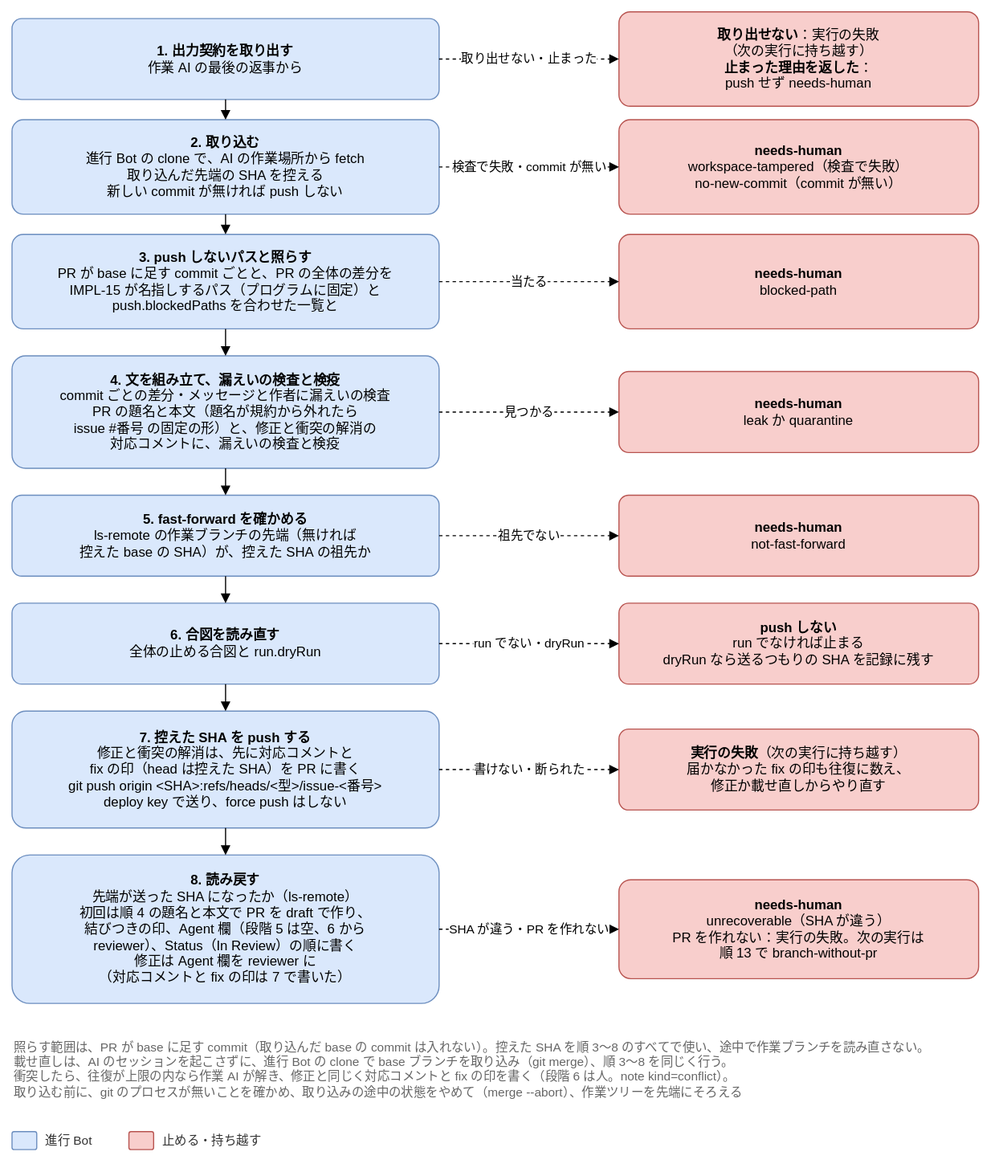
Above: docs/design/basic/diagrams/02-push.drawio.svg in Joymerrevent/dev-autopilot (draw.io), before the change. Source tidied: cells renumbered, new cells last; positions are measured from the earlier drawing's top-left corner, leaving out a move shared by most shapes.
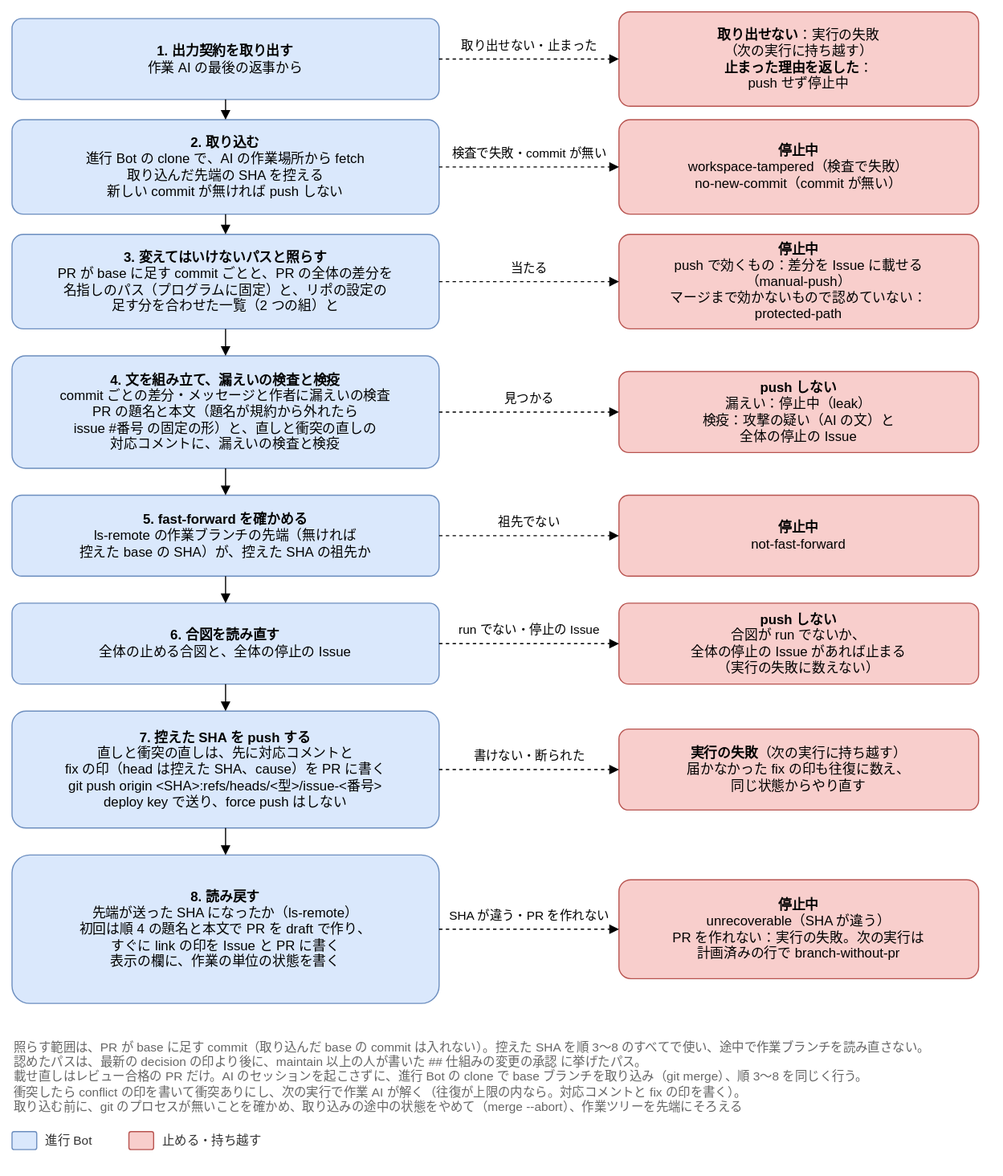
After the commit.

What changed in the source:
```diff
@@ -5,44 +5,52 @@
     <mxCell id="2" value="&lt;b&gt;1. 出力契約を取り出す&lt;/b&gt;&lt;br&gt;作業 AI の最後の返事から" style="rounded=1;whiteSpace=wrap;html=1;fontSize=12;arcSize=12;spacing=12;fillColor=#dae8fc;strokeColor=#6c8ebf;" parent="1" vertex="1">
       <mxGeometry y="6" width="380" height="72" as="geometry" />
     </mxCell>
-    <mxCell id="3" value="&lt;b&gt;取り出せない&lt;/b&gt;：実行の失敗&lt;br&gt;（次の実行に持ち越す）&lt;br&gt;&lt;b&gt;止まった理由を返した&lt;/b&gt;：&lt;br&gt;push せず needs-human" style="rounded=1;whiteSpace=wrap;html=1;fontSize=12;arcSize=12;spacing=12;fillColor=#f8cecc;strokeColor=#b85450;" parent="1" vertex="1">
+    <mxCell id="3" value="&lt;b&gt;取り出せない&lt;/b&gt;：実行の失敗&lt;br&gt;（次の実行に持ち越す）&lt;br&gt;&lt;b&gt;止まった理由を返した&lt;/b&gt;：&lt;br&gt;push せず停止中" style="rounded=1;whiteSpace=wrap;html=1;fontSize=12;arcSize=12;spacing=12;fillColor=#f8cecc;strokeColor=#b85450;" parent="1" vertex="1">
       <mxGeometry x="540" width="320" height="84" as="geometry" />
     </mxCell>
     <mxCell id="4" value="取り出せない・止まった" style="edgeStyle=orthogonalEdgeStyle;rounded=1;html=1;endArrow=block;endFill=1;fontSize=11;labelBackgroundColor=#ffffff;dashed=1;exitX=1;exitY=0.5;exitDx=0;exitDy=0;entryX=0;entryY=0.5;entryDx=0;entryDy=0;" parent="1" edge="1" source="2" target="3">
-      <mxGeometry relative="1" as="geometry" />
+      <mxGeometry relative="1" as="geometry">
+        <mxPoint y="-12" as="offset" />
+      </mxGeometry>
     </mxCell>
     <mxCell id="5" value="&lt;b&gt;2. 取り込む&lt;/b&gt;&lt;br&gt;進行 Bot の clone で、AI の作業場所から fetch&lt;br&gt;取り込んだ先端の SHA を控える&lt;br&gt;新しい commit が無ければ push しない" style="rounded=1;whiteSpace=wrap;html=1;fontSize=12;arcSize=12;spacing=12;fillColor=#dae8fc;strokeColor=#6c8ebf;" parent="1" vertex="1">
       <mxGeometry y="96" width="380" height="84" as="geometry" />
     </mxCell>
-    <mxCell id="6" value="&lt;b&gt;needs-human&lt;/b&gt;&lt;br&gt;workspace-tampered（検査で失敗）&lt;br&gt;no-new-commit（commit が無い）" style="rounded=1;whiteSpace=wrap;html=1;fontSize=12;arcSize=12;spacing=12;fillColor=#f8cecc;strokeColor=#b85450;" parent="1" vertex="1">
+    <mxCell id="6" value="&lt;b&gt;停止中&lt;/b&gt;&lt;br&gt;workspace-tampered（検査で失敗）&lt;br&gt;no-new-commit（commit が無い）" style="rounded=1;whiteSpace=wrap;html=1;fontSize=12;arcSize=12;spacing=12;fillColor=#f8cecc;strokeColor=#b85450;" parent="1" vertex="1">
       <mxGeometry x="540" y="96" width="320" height="84" as="geometry" />
     </mxCell>
     <mxCell id="7" value="検査で失敗・commit が無い" style="edgeStyle=orthogonalEdgeStyle;rounded=1;html=1;endArrow=block;endFill=1;fontSize=11;labelBackgroundColor=#ffffff;dashed=1;exitX=1;exitY=0.5;exitDx=0;exitDy=0;entryX=0;entryY=0.5;entryDx=0;entryDy=0;" parent="1" edge="1" source="5" target="6">
-      <mxGeometry relative="1" as="geometry" />
+      <mxGeometry relative="1" as="geometry">
+        <mxPoint y="-12" as="offset" />
+      </mxGeometry>
     </mxCell>
     <mxCell id="8" style="edgeStyle=orthogonalEdgeStyle;rounded=1;html=1;endArrow=block;endFill=1;fontSize=11;labelBackgroundColor=#ffffff;exitX=0.5;exitY=1;exitDx=0;exitDy=0;entryX=0.5;entryY=0;entryDx=0;entryDy=0;" parent="1" edge="1" source="2" target="5">
       <mxGeometry relative="1" as="geometry" />
     </mxCell>
-    <mxCell id="9" value="&lt;b&gt;3. push しないパスと照らす&lt;/b&gt;&lt;br&gt;PR が base に足す commit ごとと、PR の全体の差分を&lt;br&gt;IMPL-15 が名指しするパス（プログラムに固定）と&lt;br&gt;push.blockedPaths を合わせた一覧と" style="rounded=1;whiteSpace=wrap;html=1;fontSize=12;arcSize=12;spacing=12;fillColor=#dae8fc;strokeColor=#6c8ebf;" parent="1" vertex="1">
+    <mxCell id="9" value="&lt;b&gt;3. 変えてはいけないパスと照らす&lt;/b&gt;&lt;br&gt;PR が base に足す commit ごとと、PR の全体の差分を&lt;br&gt;名指しのパス（プログラムに固定）と、リポの設定の&lt;br&gt;足す分を合わせた一覧（2 つの組）と" style="rounded=1;whiteSpace=wrap;html=1;fontSize=12;arcSize=12;spacing=12;fillColor=#dae8fc;strokeColor=#6c8ebf;" parent="1" vertex="1">
       <mxGeometry y="198" width="380" height="84" as="geometry" />
     </mxCell>
-    <mxCell id="10" value="&lt;b&gt;needs-human&lt;/b&gt;&lt;br&gt;blocked-path" style="rounded=1;whiteSpace=wrap;html=1;fontSize=12;arcSize=12;spacing=12;fillColor=#f8cecc;strokeColor=#b85450;" parent="1" vertex="1">
+    <mxCell id="10" value="&lt;b&gt;停止中&lt;/b&gt;&lt;br&gt;push で効くもの：差分を Issue に載せる&lt;br&gt;（manual-push）&lt;br&gt;マージまで効かないもので認めていない：&lt;br&gt;protected-path" style="rounded=1;whiteSpace=wrap;html=1;fontSize=12;arcSize=12;spacing=12;fillColor=#f8cecc;strokeColor=#b85450;" parent="1" vertex="1">
       <mxGeometry x="540" y="198" width="320" height="84" as="geometry" />
     </mxCell>
     <mxCell id="11" value="当たる" style="edgeStyle=orthogonalEdgeStyle;rounded=1;html=1;endArrow=block;endFill=1;fontSize=11;labelBackgroundColor=#ffffff;dashed=1;exitX=1;exitY=0.5;exitDx=0;exitDy=0;entryX=0;entryY=0.5;entryDx=0;entryDy=0;" parent="1" edge="1" source="9" target="10">
-      <mxGeometry relative="1" as="geometry" />
+      <mxGeometry relative="1" as="geometry">
+        <mxPoint y="-12" as="offset" />
+      </mxGeometry>
     </mxCell>
     <mxCell id="12" style="edgeStyle=orthogonalEdgeStyle;rounded=1;html=1;endArrow=block;endFill=1;fontSize=11;labelBackgroundColor=#ffffff;exitX=0.5;exitY=1;exitDx=0;exitDy=0;entryX=0.5;entryY=0;entryDx=0;entryDy=0;" parent="1" edge="1" source="5" target="9">
       <mxGeometry relative="1" as="geometry" />
     </mxCell>
-    <mxCell id="13" value="&lt;b&gt;4. 文を組み立て、漏えいの検査と検疫&lt;/b&gt;&lt;br&gt;commit ごとの差分・メッセージと作者に漏えいの検査&lt;br&gt;PR の題名と本文（題名が規約から外れたら&lt;br&gt;issue #番号 の固定の形）と、修正と衝突の解消の&lt;br&gt;対応コメントに、漏えいの検査と検疫" style="rounded=1;whiteSpace=wrap;html=1;fontSize=12;arcSize=12;spacing=12;fillColor=#dae8fc;strokeColor=#6c8ebf;" parent="1" vertex="1">
+    <mxCell id="13" value="&lt;b&gt;4. 文を組み立て、漏えいの検査と検疫&lt;/b&gt;&lt;br&gt;commit ごとの差分・メッセージと作者に漏えいの検査&lt;br&gt;PR の題名と本文（題名が規約から外れたら&lt;br&gt;issue #番号 の固定の形）と、直しと衝突の直しの&lt;br&gt;対応コメントに、漏えいの検査と検疫" style="rounded=1;whiteSpace=wrap;html=1;fontSize=12;arcSize=12;spacing=12;fillColor=#dae8fc;strokeColor=#6c8ebf;" parent="1" vertex="1">
       <mxGeometry y="306" width="380" height="100" as="geometry" />
     </mxCell>
-    <mxCell id="14" value="&lt;b&gt;needs-human&lt;/b&gt;&lt;br&gt;leak か quarantine" style="rounded=1;whiteSpace=wrap;html=1;fontSize=12;arcSize=12;spacing=12;fillColor=#f8cecc;strokeColor=#b85450;" parent="1" vertex="1">
+    <mxCell id="14" value="&lt;b&gt;push しない&lt;/b&gt;&lt;br&gt;漏えい：停止中（leak）&lt;br&gt;検疫：攻撃の疑い（AI の文）と&lt;br&gt;全体の停止の Issue" style="rounded=1;whiteSpace=wrap;html=1;fontSize=12;arcSize=12;spacing=12;fillColor=#f8cecc;strokeColor=#b85450;" parent="1" vertex="1">
       <mxGeometry x="540" y="320" width="320" height="72" as="geometry" />
     </mxCell>
     <mxCell id="15" value="見つかる" style="edgeStyle=orthogonalEdgeStyle;rounded=1;html=1;endArrow=block;endFill=1;fontSize=11;labelBackgroundColor=#ffffff;dashed=1;exitX=1;exitY=0.5;exitDx=0;exitDy=0;entryX=0;entryY=0.5;entryDx=0;entryDy=0;" parent="1" edge="1" source="13" target="14">
-      <mxGeometry relative="1" as="geometry" />
+      <mxGeometry relative="1" as="geometry">
+        <mxPoint y="-12" as="offset" />
+      </mxGeometry>
     </mxCell>
     <mxCell id="16" style="edgeStyle=orthogonalEdgeStyle;rounded=1;html=1;endArrow=block;endFill=1;fontSize=11;labelBackgroundColor=#ffffff;exitX=0.5;exitY=1;exitDx=0;exitDy=0;entryX=0.5;entryY=0;entryDx=0;entryDy=0;" parent="1" edge="1" source="9" target="13">
       <mxGeometry relative="1" as="geometry" />
@@ -50,52 +58,60 @@
     <mxCell id="17" value="&lt;b&gt;5. fast-forward を確かめる&lt;/b&gt;&lt;br&gt;ls-remote の作業ブランチの先端（無ければ&lt;br&gt;控えた base の SHA）が、控えた SHA の祖先か" style="rounded=1;whiteSpace=wrap;html=1;fontSize=12;arcSize=12;spacing=12;fillColor=#dae8fc;strokeColor=#6c8ebf;" parent="1" vertex="1">
       <mxGeometry y="430" width="380" height="72" as="geometry" />
     </mxCell>
-    <mxCell id="18" value="&lt;b&gt;needs-human&lt;/b&gt;&lt;br&gt;not-fast-forward" style="rounded=1;whiteSpace=wrap;html=1;fontSize=12;arcSize=12;spacing=12;fillColor=#f8cecc;strokeColor=#b85450;" parent="1" vertex="1">
+    <mxCell id="18" value="&lt;b&gt;停止中&lt;/b&gt;&lt;br&gt;not-fast-forward" style="rounded=1;whiteSpace=wrap;html=1;fontSize=12;arcSize=12;spacing=12;fillColor=#f8cecc;strokeColor=#b85450;" parent="1" vertex="1">
       <mxGeometry x="540" y="430" width="320" height="72" as="geometry" />
     </mxCell>
     <mxCell id="19" value="祖先でない" style="edgeStyle=orthogonalEdgeStyle;rounded=1;html=1;endArrow=block;endFill=1;fontSize=11;labelBackgroundColor=#ffffff;dashed=1;exitX=1;exitY=0.5;exitDx=0;exitDy=0;entryX=0;entryY=0.5;entryDx=0;entryDy=0;" parent="1" edge="1" source="17" target="18">
-      <mxGeometry relative="1" as="geometry" />
+      <mxGeometry relative="1" as="geometry">
+        <mxPoint y="-12" as="offset" />
+      </mxGeometry>
     </mxCell>
     <mxCell id="20" style="edgeStyle=orthogonalEdgeStyle;rounded=1;html=1;endArrow=block;endFill=1;fontSize=11;labelBackgroundColor=#ffffff;exitX=0.5;exitY=1;exitDx=0;exitDy=0;entryX=0.5;entryY=0;entryDx=0;entryDy=0;" parent="1" edge="1" source="13" target="17">
       <mxGeometry relative="1" as="geometry" />
     </mxCell>
-    <mxCell id="21" value="&lt;b&gt;6. 合図を読み直す&lt;/b&gt;&lt;br&gt;全体の止める合図と run.dryRun" style="rounded=1;whiteSpace=wrap;html=1;fontSize=12;arcSize=12;spacing=12;fillColor=#dae8fc;strokeColor=#6c8ebf;" parent="1" vertex="1">
+    <mxCell id="21" value="&lt;b&gt;6. 合図を読み直す&lt;/b&gt;&lt;br&gt;全体の止める合図と、全体の停止の Issue" style="rounded=1;whiteSpace=wrap;html=1;fontSize=12;arcSize=12;spacing=12;fillColor=#dae8fc;strokeColor=#6c8ebf;" parent="1" vertex="1">
       <mxGeometry y="526" width="380" height="72" as="geometry" />
     </mxCell>
-    <mxCell id="22" value="&lt;b&gt;push しない&lt;/b&gt;&lt;br&gt;run でなければ止まる&lt;br&gt;dryRun なら送るつもりの SHA を記録に残す" style="rounded=1;whiteSpace=wrap;html=1;fontSize=12;arcSize=12;spacing=12;fillColor=#f8cecc;strokeColor=#b85450;" parent="1" vertex="1">
+    <mxCell id="22" value="&lt;b&gt;push しない&lt;/b&gt;&lt;br&gt;合図が run でないか、&lt;br&gt;全体の停止の Issue があれば止まる&lt;br&gt;（実行の失敗に数えない）" style="rounded=1;whiteSpace=wrap;html=1;fontSize=12;arcSize=12;spacing=12;fillColor=#f8cecc;strokeColor=#b85450;" parent="1" vertex="1">
       <mxGeometry x="540" y="526" width="320" height="72" as="geometry" />
     </mxCell>
-    <mxCell id="23" value="run でない・dryRun" style="edgeStyle=orthogonalEdgeStyle;rounded=1;html=1;endArrow=block;endFill=1;fontSize=11;labelBackgroundColor=#ffffff;dashed=1;exitX=1;exitY=0.5;exitDx=0;exitDy=0;entryX=0;entryY=0.5;entryDx=0;entryDy=0;" parent="1" edge="1" source="21" target="22">
-      <mxGeometry relative="1" as="geometry" />
+    <mxCell id="23" value="run でない・停止の Issue" style="edgeStyle=orthogonalEdgeStyle;rounded=1;html=1;endArrow=block;endFill=1;fontSize=11;labelBackgroundColor=#ffffff;dashed=1;exitX=1;exitY=0.5;exitDx=0;exitDy=0;entryX=0;entryY=0.5;entryDx=0;entryDy=0;" parent="1" edge="1" source="21" target="22">
+      <mxGeometry relative="1" as="geometry">
+        <mxPoint y="-12" as="offset" />
+      </mxGeometry>
     </mxCell>
     <mxCell id="24" style="edgeStyle=orthogonalEdgeStyle;rounded=1;html=1;endArrow=block;endFill=1;fontSize=11;labelBackgroundColor=#ffffff;exitX=0.5;exitY=1;exitDx=0;exitDy=0;entryX=0.5;entryY=0;entryDx=0;entryDy=0;" parent="1" edge="1" source="17" target="21">
       <mxGeometry relative="1" as="geometry" />
     </mxCell>
-    <mxCell id="25" value="&lt;b&gt;7. 控えた SHA を push する&lt;/b&gt;&lt;br&gt;修正と衝突の解消は、先に対応コメントと&lt;br&gt;fix の印（head は控えた SHA）を PR に書く&lt;br&gt;git push origin &amp;lt;SHA&amp;gt;:refs/heads/&amp;lt;型&amp;gt;/issue-&amp;lt;番号&amp;gt;&lt;br&gt;deploy key で送り、force push はしない" style="rounded=1;whiteSpace=wrap;html=1;fontSize=12;arcSize=12;spacing=12;fillColor=#dae8fc;strokeColor=#6c8ebf;" parent="1" vertex="1">
+    <mxCell id="25" value="&lt;b&gt;7. 控えた SHA を push する&lt;/b&gt;&lt;br&gt;直しと衝突の直しは、先に対応コメントと&lt;br&gt;fix の印（head は控えた SHA、cause）を PR に書く&lt;br&gt;git push origin &amp;lt;SHA&amp;gt;:refs/heads/&amp;lt;型&amp;gt;/issue-&amp;lt;番号&amp;gt;&lt;br&gt;deploy key で送り、force push はしない" style="rounded=1;whiteSpace=wrap;html=1;fontSize=12;arcSize=12;spacing=12;fillColor=#dae8fc;strokeColor=#6c8ebf;" parent="1" vertex="1">
       <mxGeometry y="622" width="380" height="104" as="geometry" />
     </mxCell>
-    <mxCell id="26" value="&lt;b&gt;実行の失敗&lt;/b&gt;（次の実行に持ち越す）&lt;br&gt;届かなかった fix の印も往復に数え、&lt;br&gt;修正か載せ直しからやり直す" style="rounded=1;whiteSpace=wrap;html=1;fontSize=12;arcSize=12;spacing=12;fillColor=#f8cecc;strokeColor=#b85450;" parent="1" vertex="1">
+    <mxCell id="26" value="&lt;b&gt;実行の失敗&lt;/b&gt;（次の実行に持ち越す）&lt;br&gt;届かなかった fix の印も往復に数え、&lt;br&gt;同じ状態からやり直す" style="rounded=1;whiteSpace=wrap;html=1;fontSize=12;arcSize=12;spacing=12;fillColor=#f8cecc;strokeColor=#b85450;" parent="1" vertex="1">
       <mxGeometry x="540" y="638" width="320" height="72" as="geometry" />
     </mxCell>
     <mxCell id="27" value="書けない・断られた" style="edgeStyle=orthogonalEdgeStyle;rounded=1;html=1;endArrow=block;endFill=1;fontSize=11;labelBackgroundColor=#ffffff;dashed=1;exitX=1;exitY=0.5;exitDx=0;exitDy=0;entryX=0;entryY=0.5;entryDx=0;entryDy=0;" parent="1" edge="1" source="25" target="26">
-      <mxGeometry relative="1" as="geometry" />
+      <mxGeometry relative="1" as="geometry">
+        <mxPoint y="-12" as="offset" />
+      </mxGeometry>
     </mxCell>
     <mxCell id="28" style="edgeStyle=orthogonalEdgeStyle;rounded=1;html=1;endArrow=block;endFill=1;fontSize=11;labelBackgroundColor=#ffffff;exitX=0.5;exitY=1;exitDx=0;exitDy=0;entryX=0.5;entryY=0;entryDx=0;entryDy=0;" parent="1" edge="1" source="21" target="25">
       <mxGeometry relative="1" as="geometry" />
     </mxCell>
-    <mxCell id="29" value="&lt;b&gt;8. 読み戻す&lt;/b&gt;&lt;br&gt;先端が送った SHA になったか（ls-remote）&lt;br&gt;初回は順 4 の題名と本文で PR を draft で作り、&lt;br&gt;結びつきの印、Agent 欄（段階 5 は空、6 から&lt;br&gt;reviewer）、Status（In Review）の順に書く&lt;br&gt;修正は Agent 欄を reviewer に&lt;br&gt;（対応コメントと fix の印は 7 で書いた）" style="rounded=1;whiteSpace=wrap;html=1;fontSize=12;arcSize=12;spacing=12;fillColor=#dae8fc;strokeColor=#6c8ebf;" parent="1" vertex="1">
+    <mxCell id="29" value="&lt;b&gt;8. 読み戻す&lt;/b&gt;&lt;br&gt;先端が送った SHA になったか（ls-remote）&lt;br&gt;初回は順 4 の題名と本文で PR を draft で作り、&lt;br&gt;すぐに link の印を Issue と PR に書く&lt;br&gt;表示の欄に、作業の単位の状態を書く" style="rounded=1;whiteSpace=wrap;html=1;fontSize=12;arcSize=12;spacing=12;fillColor=#dae8fc;strokeColor=#6c8ebf;" parent="1" vertex="1">
       <mxGeometry y="750" width="380" height="132" as="geometry" />
     </mxCell>
-    <mxCell id="30" value="&lt;b&gt;needs-human&lt;/b&gt;&lt;br&gt;unrecoverable（SHA が違う）&lt;br&gt;PR を作れない：実行の失敗。次の実行は&lt;br&gt;順 13 で branch-without-pr" style="rounded=1;whiteSpace=wrap;html=1;fontSize=12;arcSize=12;spacing=12;fillColor=#f8cecc;strokeColor=#b85450;" parent="1" vertex="1">
+    <mxCell id="30" value="&lt;b&gt;停止中&lt;/b&gt;&lt;br&gt;unrecoverable（SHA が違う）&lt;br&gt;PR を作れない：実行の失敗。次の実行は&lt;br&gt;計画済みの行で branch-without-pr" style="rounded=1;whiteSpace=wrap;html=1;fontSize=12;arcSize=12;spacing=12;fillColor=#f8cecc;strokeColor=#b85450;" parent="1" vertex="1">
       <mxGeometry x="540" y="772" width="320" height="88" as="geometry" />
     </mxCell>
     <mxCell id="31" value="SHA が違う・PR を作れない" style="edgeStyle=orthogonalEdgeStyle;rounded=1;html=1;endArrow=block;endFill=1;fontSize=11;labelBackgroundColor=#ffffff;dashed=1;exitX=1;exitY=0.5;exitDx=0;exitDy=0;entryX=0;entryY=0.5;entryDx=0;entryDy=0;" parent="1" edge="1" source="29" target="30">
-      <mxGeometry relative="1" as="geometry" />
+      <mxGeometry relative="1" as="geometry">
+        <mxPoint y="-12" as="offset" />
+      </mxGeometry>
     </mxCell>
     <mxCell id="32" style="edgeStyle=orthogonalEdgeStyle;rounded=1;html=1;endArrow=block;endFill=1;fontSize=11;labelBackgroundColor=#ffffff;exitX=0.5;exitY=1;exitDx=0;exitDy=0;entryX=0.5;entryY=0;entryDx=0;entryDy=0;" parent="1" edge="1" source="25" target="29">
       <mxGeometry relative="1" as="geometry" />
     </mxCell>
-    <mxCell id="33" value="照らす範囲は、PR が base に足す commit（取り込んだ base の commit は入れない）。控えた SHA を順 3〜8 のすべてで使い、途中で作業ブランチを読み直さない。&lt;br&gt;載せ直しは、AI のセッションを起こさずに、進行 Bot の clone で base ブランチを取り込み（git merge）、順 3〜8 を同じく行う。&lt;br&gt;衝突したら、往復が上限の内なら作業 AI が解き、修正と同じく対応コメントと fix の印を書く（段階 6 は人。note kind=conflict）。&lt;br&gt;取り込む前に、git のプロセスが無いことを確かめ、取り込みの途中の状態をやめて（merge --abort）、作業ツリーを先端にそろえる" style="text;html=1;whiteSpace=wrap;align=left;verticalAlign=top;fontSize=11;fontColor=#666666;" parent="1" vertex="1">
+    <mxCell id="33" value="照らす範囲は、PR が base に足す commit（取り込んだ base の commit は入れない）。控えた SHA を順 3〜8 のすべてで使い、途中で作業ブランチを読み直さない。&lt;br&gt;認めたパスは、最新の decision の印より後に、maintain 以上の人が書いた ## 仕組みの変更の承認 に挙げたパス。&lt;br&gt;載せ直しはレビュー合格の PR だけ。AI のセッションを起こさずに、進行 Bot の clone で base ブランチを取り込み（git merge）、順 3〜8 を同じく行う。&lt;br&gt;衝突したら conflict の印を書いて衝突ありにし、次の実行で作業 AI が解く（往復が上限の内なら。対応コメントと fix の印を書く）。&lt;br&gt;取り込む前に、git のプロセスが無いことを確かめ、取り込みの途中の状態をやめて（merge --abort）、作業ツリーを先端にそろえる" style="text;html=1;whiteSpace=wrap;align=left;verticalAlign=top;fontSize=11;fontColor=#666666;" parent="1" vertex="1">
       <mxGeometry y="908" width="860" height="70" as="geometry" />
     </mxCell>
     <mxCell id="34" style="rounded=1;whiteSpace=wrap;html=1;fontSize=12;arcSize=12;spacing=12;fillColor=#dae8fc;strokeColor=#6c8ebf;" parent="1" vertex="1">
```
